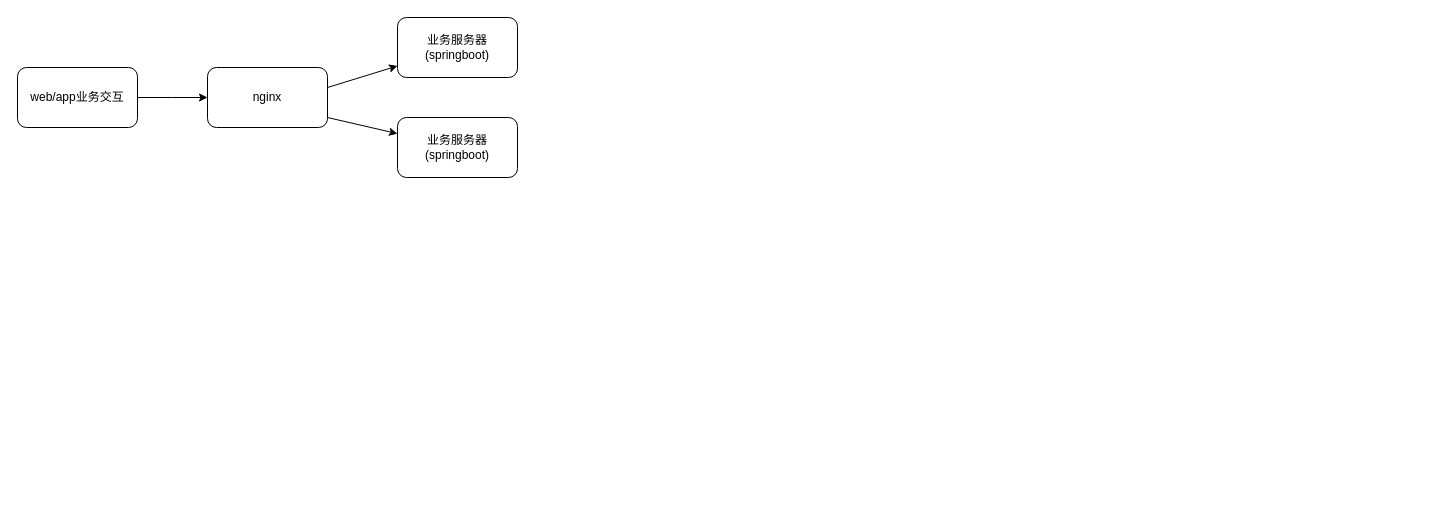
Above: 实时数仓架构图.drawio in liuze713/warehouse (draw.io), before the change. Source tidied: cells renumbered, new cells numbered last; positions are measured from the earlier drawing's top-left corner, leaving out a move shared by most shapes. Both pictures are drawn from the tidied source at 100%, with x=0, y=0 at pixel (17, 17).
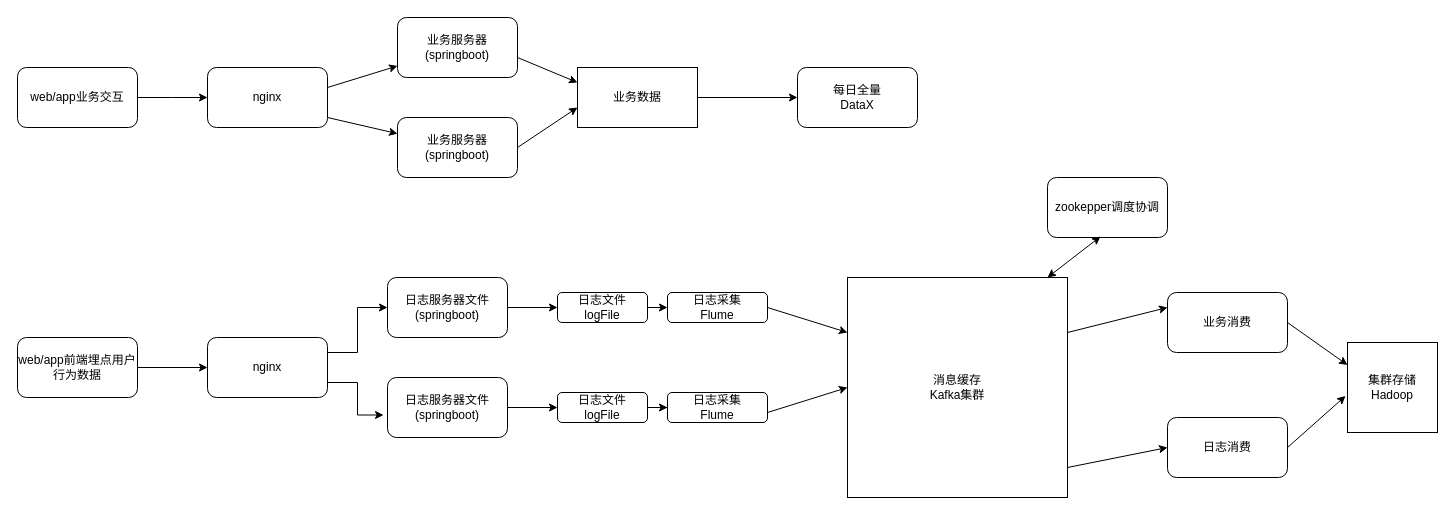
Above is the later version.

Commit message (it also covers changes not shown here):
更新实时数仓架构图.drawio

The change refers to these unchanged cells:
```xml
<mxCell id="7" value="业务服务器&lt;br&gt;(springboot)" style="rounded=1;whiteSpace=wrap;html=1;" parent="1" vertex="1">
  <mxGeometry x="380" y="100" width="120" height="60" as="geometry" />
</mxCell>
```

Diff of the diagram source:
```diff
@@
+    <mxCell id="9" style="edgeStyle=orthogonalEdgeStyle;rounded=0;jettySize=auto;html=1;exitX=1;exitY=0.5;exitDx=0;exitDy=0;entryX=0;entryY=0.5;entryDx=0;entryDy=0;" parent="1" edge="1" source="10" target="13">
+      <mxGeometry relative="1" as="geometry" />
+    </mxCell>
+    <mxCell id="10" value="业务数据" style="rounded=0;whiteSpace=wrap;html=1;" parent="1" vertex="1">
+      <mxGeometry x="560" y="50" width="120" height="60" as="geometry" />
+    </mxCell>
+    <mxCell id="11" style="endArrow=classic;html=1;rounded=0;exitX=1;exitY=0.5;exitDx=0;exitDy=0;" parent="1" edge="1" source="7">
+      <mxGeometry relative="1" as="geometry">
+        <mxPoint x="560" y="90" as="targetPoint" />
+      </mxGeometry>
+    </mxCell>
+    <mxCell id="12" style="endArrow=classic;html=1;rounded=0;entryX=0;entryY=0.25;entryDx=0;entryDy=0;" parent="1" edge="1" target="10">
+      <mxGeometry relative="1" as="geometry">
+        <mxPoint x="500" y="40" as="sourcePoint" />
+      </mxGeometry>
+    </mxCell>
+    <mxCell id="13" value="每日全量&lt;br&gt;DataX" style="rounded=1;whiteSpace=wrap;html=1;" parent="1" vertex="1">
+      <mxGeometry x="780" y="50" width="120" height="60" as="geometry" />
+    </mxCell>
+    <mxCell id="14" style="edgeStyle=orthogonalEdgeStyle;rounded=0;jettySize=auto;html=1;exitX=1;exitY=0.5;exitDx=0;exitDy=0;entryX=0;entryY=0.5;entryDx=0;entryDy=0;" parent="1" edge="1" source="15" target="18">
+      <mxGeometry relative="1" as="geometry" />
+    </mxCell>
+    <mxCell id="15" value="web/app前端埋点用户行为数据" style="rounded=1;whiteSpace=wrap;html=1;" parent="1" vertex="1">
+      <mxGeometry y="320" width="120" height="60" as="geometry" />
+    </mxCell>
+    <mxCell id="16" style="edgeStyle=orthogonalEdgeStyle;rounded=0;jettySize=auto;html=1;exitX=1;exitY=0.25;exitDx=0;exitDy=0;entryX=0;entryY=0.5;entryDx=0;entryDy=0;" parent="1" edge="1" source="18" target="20">
+      <mxGeometry relative="1" as="geometry">
+        <Array as="points">
+          <mxPoint x="340" y="335" />
+          <mxPoint x="340" y="290" />
+        </Array>
+      </mxGeometry>
+    </mxCell>
+    <mxCell id="17" style="edgeStyle=orthogonalEdgeStyle;rounded=0;jettySize=auto;html=1;exitX=1;exitY=0.75;exitDx=0;exitDy=0;entryX=-0.033;entryY=0.625;entryDx=0;entryDy=0;entryPerimeter=0;" parent="1" edge="1" source="18" target="22">
+      <mxGeometry relative="1" as="geometry" />
+    </mxCell>
+    <mxCell id="18" value="nginx" style="rounded=1;whiteSpace=wrap;html=1;" parent="1" vertex="1">
+      <mxGeometry x="190" y="320" width="120" height="60" as="geometry" />
+    </mxCell>
+    <mxCell id="19" style="edgeStyle=orthogonalEdgeStyle;rounded=0;jettySize=auto;html=1;exitX=1;exitY=0.5;exitDx=0;exitDy=0;entryX=0;entryY=0.5;entryDx=0;entryDy=0;" parent="1" edge="1" source="20" target="24">
+      <mxGeometry relative="1" as="geometry" />
+    </mxCell>
+    <mxCell id="20" value="日志服务器文件&lt;br&gt;(springboot)" style="rounded=1;whiteSpace=wrap;html=1;" parent="1" vertex="1">
+      <mxGeometry x="370" y="260" width="120" height="60" as="geometry" />
+    </mxCell>
+    <mxCell id="21" style="edgeStyle=orthogonalEdgeStyle;rounded=0;jettySize=auto;html=1;exitX=1;exitY=0.5;exitDx=0;exitDy=0;entryX=0;entryY=0.5;entryDx=0;entryDy=0;" parent="1" edge="1" source="22" target="26">
+      <mxGeometry relative="1" as="geometry" />
+    </mxCell>
+    <mxCell id="22" value="日志服务器文件&lt;br&gt;(springboot)" style="rounded=1;whiteSpace=wrap;html=1;" parent="1" vertex="1">
+      <mxGeometry x="370" y="360" width="120" height="60" as="geometry" />
+    </mxCell>
+    <mxCell id="23" style="edgeStyle=orthogonalEdgeStyle;rounded=0;jettySize=auto;html=1;exitX=1;exitY=0.5;exitDx=0;exitDy=0;entryX=0;entryY=0.5;entryDx=0;entryDy=0;" parent="1" edge="1" source="24" target="27">
+      <mxGeometry relative="1" as="geometry" />
+    </mxCell>
+    <mxCell id="24" value="日志文件&lt;br&gt;logFile" style="rounded=1;whiteSpace=wrap;html=1;" parent="1" vertex="1">
+      <mxGeometry x="540" y="275" width="90" height="30" as="geometry" />
+    </mxCell>
+    <mxCell id="25" style="edgeStyle=orthogonalEdgeStyle;rounded=0;jettySize=auto;html=1;exitX=1;exitY=0.5;exitDx=0;exitDy=0;" parent="1" edge="1" source="26" target="28">
+      <mxGeometry relative="1" as="geometry" />
+    </mxCell>
+    <mxCell id="26" value="日志文件&lt;br&gt;logFile" style="rounded=1;whiteSpace=wrap;html=1;" parent="1" vertex="1">
+      <mxGeometry x="540" y="375" width="90" height="30" as="geometry" />
+    </mxCell>
+    <mxCell id="27" value="日志采集&lt;br&gt;Flume" style="rounded=1;whiteSpace=wrap;html=1;" parent="1" vertex="1">
+      <mxGeometry x="650" y="275" width="100" height="30" as="geometry" />
+    </mxCell>
+    <mxCell id="28" value="日志采集&lt;br&gt;Flume" style="rounded=1;whiteSpace=wrap;html=1;" parent="1" vertex="1">
+      <mxGeometry x="650" y="375" width="100" height="30" as="geometry" />
+    </mxCell>
+    <mxCell id="29" value="消息缓存&lt;br&gt;Kafka集群" style="whiteSpace=wrap;html=1;" parent="1" vertex="1">
+      <mxGeometry x="830" y="260" width="220" height="220" as="geometry" />
+    </mxCell>
+    <mxCell id="30" value="zookepper调度协调" style="rounded=1;whiteSpace=wrap;html=1;" parent="1" vertex="1">
+      <mxGeometry x="1030" y="160" width="120" height="60" as="geometry" />
+    </mxCell>
+    <mxCell id="31" style="endArrow=classic;startArrow=classic;html=1;rounded=0;entryX=0.442;entryY=0.983;entryDx=0;entryDy=0;entryPerimeter=0;" parent="1" edge="1" target="30">
+      <mxGeometry relative="1" as="geometry">
+        <mxPoint x="1030" y="260" as="sourcePoint" />
+      </mxGeometry>
+    </mxCell>
+    <mxCell id="32" style="endArrow=classic;html=1;rounded=0;entryX=0;entryY=0.5;entryDx=0;entryDy=0;" parent="1" edge="1" target="29">
+      <mxGeometry relative="1" as="geometry">
+        <mxPoint x="750" y="395" as="sourcePoint" />
+      </mxGeometry>
+    </mxCell>
+    <mxCell id="33" style="endArrow=classic;html=1;rounded=0;entryX=0;entryY=0.25;entryDx=0;entryDy=0;" parent="1" edge="1" target="29">
+      <mxGeometry relative="1" as="geometry">
+        <mxPoint x="750" y="290" as="sourcePoint" />
+      </mxGeometry>
+    </mxCell>
+    <mxCell id="34" value="集群存储&lt;br&gt;Hadoop" style="rounded=0;whiteSpace=wrap;html=1;" parent="1" vertex="1">
+      <mxGeometry x="1330" y="325" width="90" height="90" as="geometry" />
+    </mxCell>
+    <mxCell id="35" value="业务消费" style="rounded=1;whiteSpace=wrap;html=1;" parent="1" vertex="1">
+      <mxGeometry x="1150" y="275" width="120" height="60" as="geometry" />
+    </mxCell>
+    <mxCell id="36" value="日志消费" style="rounded=1;whiteSpace=wrap;html=1;" parent="1" vertex="1">
+      <mxGeometry x="1150" y="400" width="120" height="60" as="geometry" />
+    </mxCell>
+    <mxCell id="37" style="endArrow=classic;html=1;rounded=0;entryX=-0.022;entryY=0.594;entryDx=0;entryDy=0;entryPerimeter=0;" parent="1" edge="1" target="34">
+      <mxGeometry relative="1" as="geometry">
+        <mxPoint x="1270" y="430" as="sourcePoint" />
+      </mxGeometry>
+    </mxCell>
+    <mxCell id="38" style="endArrow=classic;html=1;rounded=0;entryX=0;entryY=0.25;entryDx=0;entryDy=0;" parent="1" edge="1" target="34">
+      <mxGeometry relative="1" as="geometry">
+        <mxPoint x="1270" y="305" as="sourcePoint" />
+      </mxGeometry>
+    </mxCell>
+    <mxCell id="39" style="endArrow=classic;html=1;rounded=0;entryX=0;entryY=0.5;entryDx=0;entryDy=0;" parent="1" edge="1" target="36">
+      <mxGeometry relative="1" as="geometry">
+        <mxPoint x="1050" y="450" as="sourcePoint" />
+      </mxGeometry>
+    </mxCell>
+    <mxCell id="40" style="endArrow=classic;html=1;rounded=0;entryX=0;entryY=0.25;entryDx=0;entryDy=0;" parent="1" edge="1" target="35">
+      <mxGeometry relative="1" as="geometry">
+        <mxPoint x="1050" y="315" as="sourcePoint" />
+      </mxGeometry>
+    </mxCell>
```
